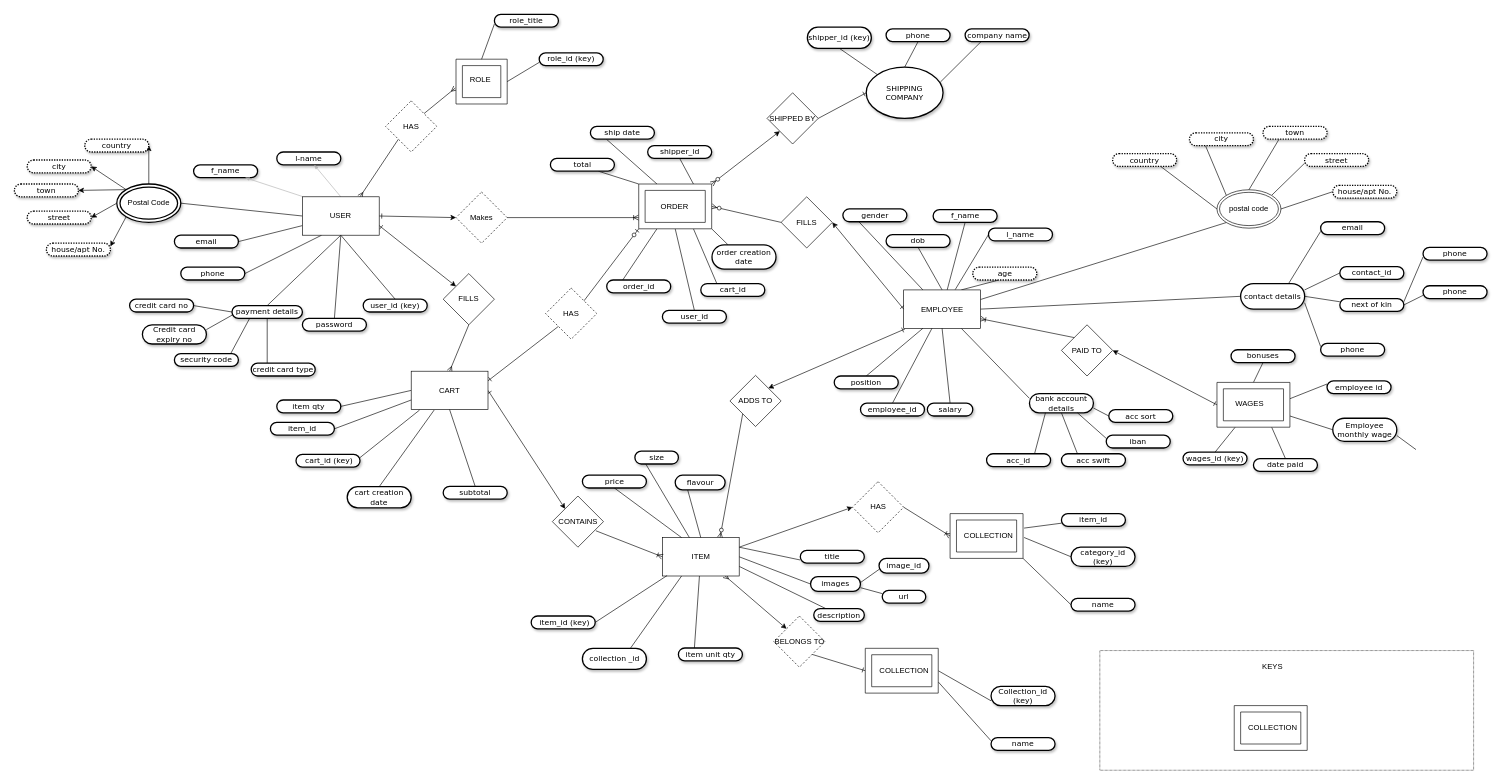
Above: Database.drawio in GearoidDC/Automate_the_Boring_Stuff_Examples (draw.io), before the change. Source tidied: cells renumbered, new cells numbered last; positions are measured from the earlier drawing's top-left corner, leaving out a move shared by most shapes. Both pictures are drawn from the tidied source at 64%, with x=0, y=0 at pixel (14, 14).
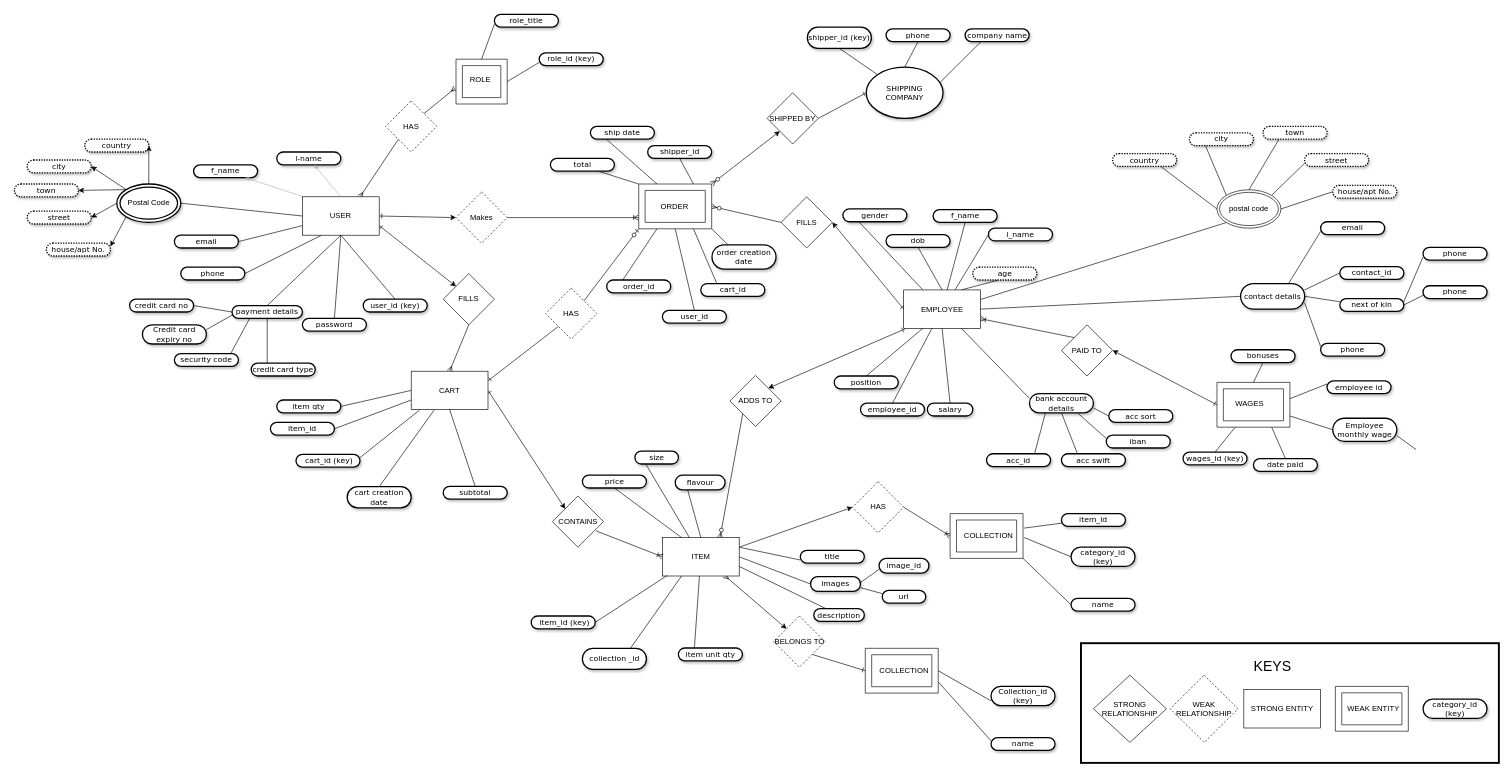
The same diagram, later.

Change to the diagram source:
```diff
@@
-    <mxCell id="213" style="rounded=0;whiteSpace=wrap;html=1;dashed=1;dashPattern=1 1;" parent="1" vertex="1">
-      <mxGeometry x="1696" y="994" width="584" height="187" as="geometry" />
+    <mxCell id="213" style="rounded=0;whiteSpace=wrap;html=1;strokeWidth=3;" parent="1" vertex="1">
+      <mxGeometry x="1666.5" y="982.5" width="653" height="187" as="geometry" />
     </mxCell>
-    <mxCell id="214" value="KEYS" style="text;html=1;strokeColor=none;fillColor=none;align=center;verticalAlign=middle;whiteSpace=wrap;rounded=0;dashed=1;dashPattern=1 1;" parent="1" vertex="1">
+    <mxCell id="214" value="&lt;font style=&quot;font-size: 22px&quot;&gt;KEYS&lt;/font&gt;" style="text;html=1;strokeColor=none;fillColor=none;align=center;verticalAlign=middle;whiteSpace=wrap;rounded=0;dashed=1;dashPattern=1 1;" parent="1" vertex="1">
       <mxGeometry x="1946" y="1010" width="40" height="20" as="geometry" />
     </mxCell>
     <mxCell id="215" style="verticalLabelPosition=bottom;verticalAlign=top;html=1;shape=mxgraph.basic.frame;dx=10;" parent="1" vertex="1">
-      <mxGeometry x="1906" y="1080" width="114" height="70" as="geometry" />
+      <mxGeometry x="2064" y="1050" width="114" height="70" as="geometry" />
     </mxCell>
-    <mxCell id="216" value="COLLECTION" style="text;html=1;align=left;verticalAlign=top;spacingTop=-4;" parent="1" vertex="1">
-      <mxGeometry x="1926" y="1105" width="90" height="20" as="geometry" />
+    <mxCell id="216" value="WEAK ENTITY" style="text;html=1;align=left;verticalAlign=top;spacingTop=-4;" parent="1" vertex="1">
+      <mxGeometry x="2081" y="1075" width="100" height="20" as="geometry" />
     </mxCell>
+    <mxCell id="217" value="STRONG RELATIONSHIP" style="rhombus;whiteSpace=wrap;html=1;" parent="1" vertex="1">
+      <mxGeometry x="1686" y="1032.5" width="114" height="105" as="geometry" />
+    </mxCell>
+    <mxCell id="218" value="STRONG ENTITY" style="rounded=0;whiteSpace=wrap;html=1;" parent="1" vertex="1">
+      <mxGeometry x="1921" y="1055" width="120" height="60" as="geometry" />
+    </mxCell>
+    <mxCell id="219" value="&lt;span&gt;category_id (key)&lt;/span&gt;" style="whiteSpace=wrap;html=1;rounded=1;shadow=1;comic=0;labelBackgroundColor=none;strokeColor=#000000;strokeWidth=2;fillColor=#FFFFFF;fontFamily=Verdana;fontSize=12;fontColor=#000000;align=center;arcSize=50;" parent="1" vertex="1">
+      <mxGeometry x="2201" y="1070" width="100" height="30" as="geometry" />
+    </mxCell>
+    <mxCell id="220" value="WEAK RELATIONSHIP" style="rhombus;whiteSpace=wrap;html=1;dashed=1;" parent="1" vertex="1">
+      <mxGeometry x="1806" y="1032.5" width="106" height="105" as="geometry" />
+    </mxCell>
```
